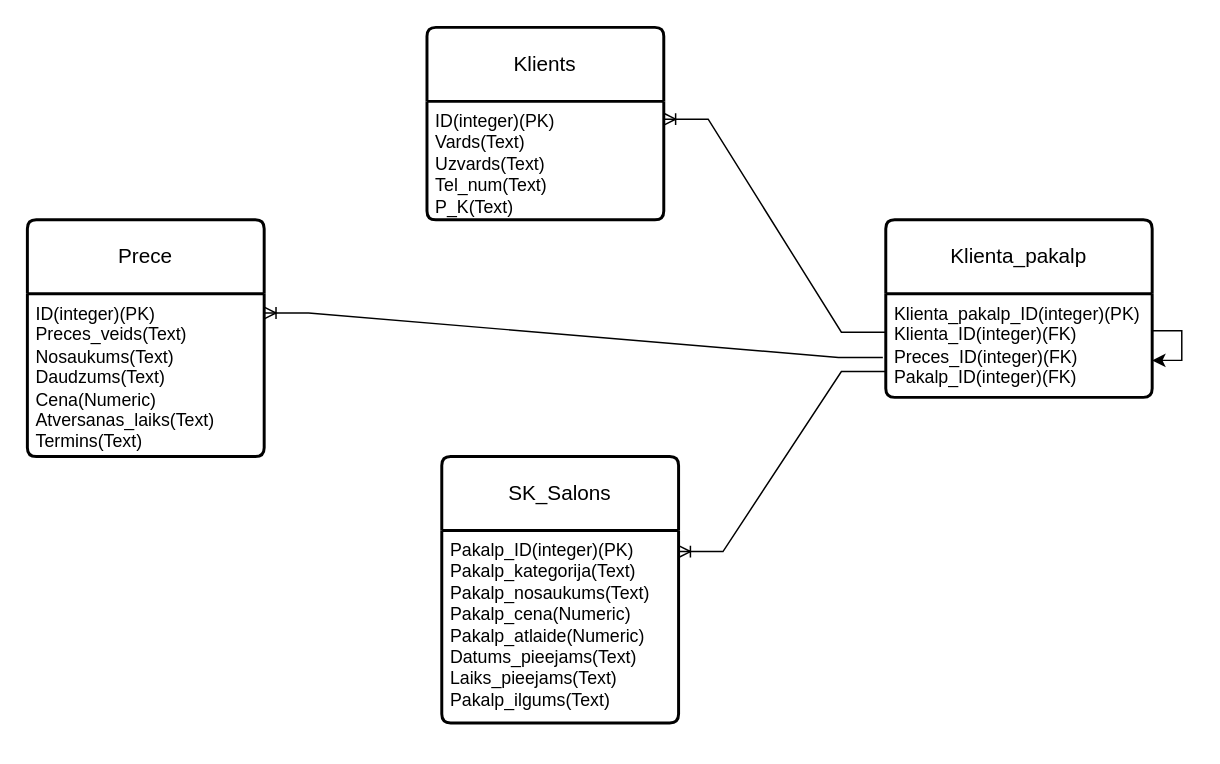
EdzusB/Skaistumkopsana keeps this draw.io diagram as Skaitumkopsana_ER_modelis.drawio. Above is the earlier version. Source tidied: cells renumbered, new cells numbered last; positions are measured from the earlier drawing's top-left corner, leaving out a move shared by most shapes. Both pictures are drawn from the tidied source at 148%, with x=0, y=0 at pixel (27, 27).
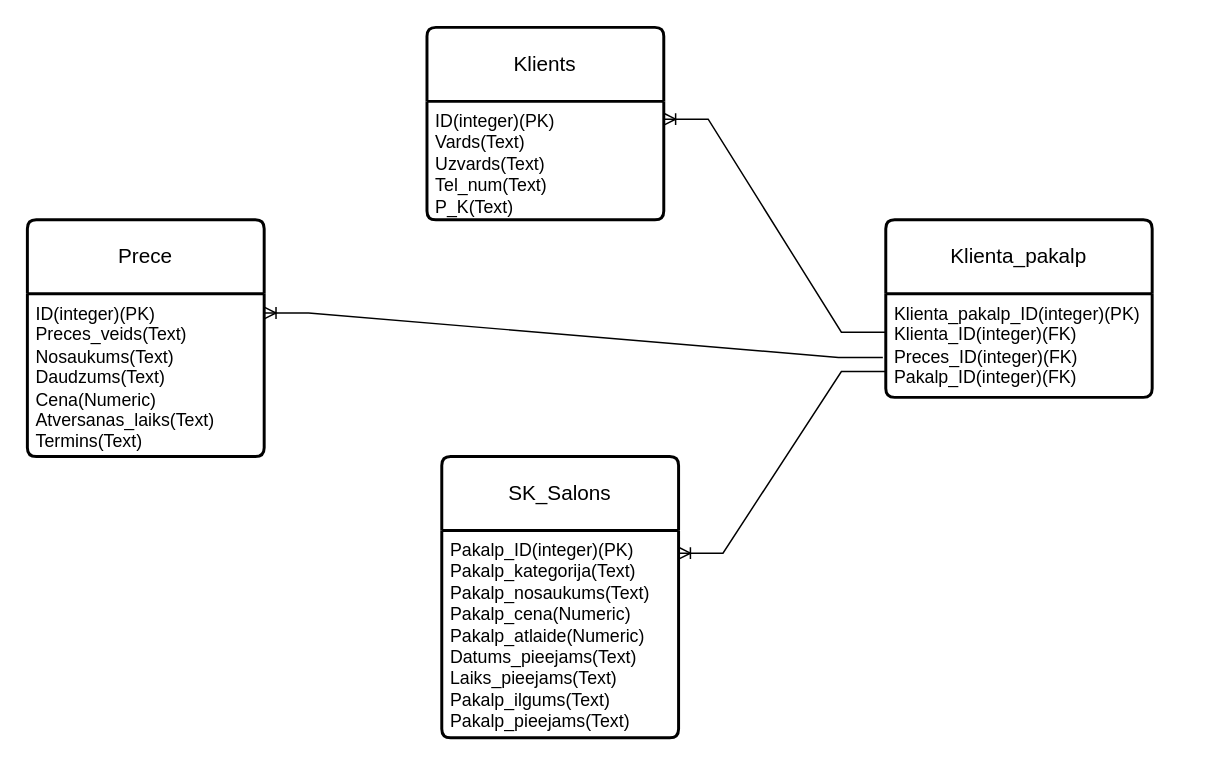
Above is the later version.

The edit, as a diff of the source:
```diff
@@
 <mxGraphModel>
   <root>
     <mxCell id="0" />
     <mxCell id="1" parent="0" />
     <mxCell id="2" value="Klients" style="swimlane;horizontal=1;startSize=50;rounded=1;fontSize=14;fontStyle=0;strokeWidth=2;shadow=0;dashed=0;align=center;arcSize=4;whiteSpace=wrap;html=1;" parent="1" vertex="1">
       <mxGeometry x="270" width="160" height="130" as="geometry" />
     </mxCell>
     <mxCell id="3" value="ID(integer)(PK)&lt;br&gt;Vards(Text)&lt;br style=&quot;border-color: var(--border-color);&quot;&gt;Uzvards(Text)&lt;br style=&quot;border-color: var(--border-color);&quot;&gt;Tel_num(Text)&lt;br style=&quot;border-color: var(--border-color);&quot;&gt;P_K(Text)" style="align=left;strokeColor=none;fillColor=none;spacingLeft=4;fontSize=12;verticalAlign=top;html=1;" parent="2" vertex="1">
       <mxGeometry y="50" width="160" height="80" as="geometry" />
     </mxCell>
     <mxCell id="4" value="Prece" style="swimlane;horizontal=1;startSize=50;rounded=1;fontSize=14;fontStyle=0;strokeWidth=2;shadow=0;dashed=0;align=center;arcSize=4;whiteSpace=wrap;html=1;" parent="1" vertex="1">
       <mxGeometry y="130" width="160" height="160" as="geometry" />
     </mxCell>
     <mxCell id="5" value="ID(integer)(PK)&lt;br&gt;Preces_veids(Text)&lt;br style=&quot;border-color: var(--border-color);&quot;&gt;Nosaukums(Text)&lt;br style=&quot;border-color: var(--border-color);&quot;&gt;Daudzums(Text)&lt;br style=&quot;border-color: var(--border-color);&quot;&gt;Cena(Numeric)&lt;br&gt;Atversanas_laiks(Text)&lt;br style=&quot;border-color: var(--border-color);&quot;&gt;Termins(Text)&lt;br style=&quot;border-color: var(--border-color);&quot;&gt;" style="align=left;strokeColor=none;fillColor=none;spacingLeft=4;fontSize=12;verticalAlign=top;html=1;" parent="4" vertex="1">
       <mxGeometry y="50" width="160" height="110" as="geometry" />
     </mxCell>
     <mxCell id="6" value="SK_Salons" style="swimlane;horizontal=1;startSize=50;rounded=1;fontSize=14;fontStyle=0;strokeWidth=2;shadow=0;dashed=0;align=center;arcSize=4;whiteSpace=wrap;html=1;" parent="1" vertex="1">
-      <mxGeometry x="280" y="290" width="160" height="180" as="geometry" />
+      <mxGeometry x="280" y="290" width="160" height="190" as="geometry" />
     </mxCell>
-    <mxCell id="7" value="Pakalp_ID(integer)(PK)&lt;br&gt;Pakalp_kategorija(Text)&lt;br&gt;Pakalp_nosaukums(Text)&lt;br&gt;Pakalp_cena(Numeric)&lt;br&gt;Pakalp_atlaide(Numeric)&lt;br&gt;Datums_pieejams(Text)&lt;br&gt;Laiks_pieejams(Text)&lt;br&gt;Pakalp_ilgums(Text)" style="align=left;strokeColor=none;fillColor=none;spacingLeft=4;fontSize=12;verticalAlign=top;html=1;" parent="6" vertex="1">
-      <mxGeometry y="50" width="160" height="130" as="geometry" />
+    <mxCell id="7" value="Pakalp_ID(integer)(PK)&lt;br&gt;Pakalp_kategorija(Text)&lt;br&gt;Pakalp_nosaukums(Text)&lt;br&gt;Pakalp_cena(Numeric)&lt;br&gt;Pakalp_atlaide(Numeric)&lt;br&gt;Datums_pieejams(Text)&lt;br&gt;Laiks_pieejams(Text)&lt;br&gt;Pakalp_ilgums(Text)&lt;br&gt;Pakalp_pieejams(Text)" style="align=left;strokeColor=none;fillColor=none;spacingLeft=4;fontSize=12;verticalAlign=top;html=1;" parent="6" vertex="1">
+      <mxGeometry y="50" width="160" height="140" as="geometry" />
     </mxCell>
     <mxCell id="8" value="Klienta_pakalp" style="swimlane;horizontal=1;startSize=50;rounded=1;fontSize=14;fontStyle=0;strokeWidth=2;shadow=0;dashed=0;align=center;arcSize=4;whiteSpace=wrap;html=1;" parent="1" vertex="1">
       <mxGeometry x="580" y="130" width="180" height="120" as="geometry" />
     </mxCell>
     <mxCell id="9" value="Klienta_pakalp_ID(integer)(PK)&lt;br&gt;Klienta_ID(integer)(FK)&lt;br&gt;Preces_ID(integer)(FK)&lt;br&gt;Pakalp_ID(integer)(FK)" style="align=left;strokeColor=none;fillColor=none;spacingLeft=4;fontSize=12;verticalAlign=top;html=1;" parent="8" vertex="1">
       <mxGeometry y="50" width="180" height="70" as="geometry" />
     </mxCell>
-    <mxCell id="10" style="edgeStyle=orthogonalEdgeStyle;rounded=0;orthogonalLoop=1;jettySize=auto;html=1;" parent="8" edge="1" source="9" target="9">
-      <mxGeometry relative="1" as="geometry" />
-    </mxCell>
     <mxCell id="11" style="edgeStyle=entityRelationEdgeStyle;fontSize=12;html=1;endArrow=ERoneToMany;rounded=0;exitX=0;exitY=0.371;exitDx=0;exitDy=0;exitPerimeter=0;entryX=1;entryY=0.15;entryDx=0;entryDy=0;entryPerimeter=0;" parent="1" edge="1" source="9" target="3">
       <mxGeometry relative="1" as="geometry">
         <Array as="points">
           <mxPoint x="490" y="100" />
           <mxPoint x="500" y="100" />
           <mxPoint x="520" y="100" />
           <mxPoint x="540" y="59" />
         </Array>
       </mxGeometry>
     </mxCell>
     <mxCell id="12" style="edgeStyle=entityRelationEdgeStyle;fontSize=12;html=1;endArrow=ERoneToMany;rounded=0;exitX=-0.011;exitY=0.614;exitDx=0;exitDy=0;entryX=1;entryY=0.118;entryDx=0;entryDy=0;entryPerimeter=0;exitPerimeter=0;" parent="1" edge="1" source="9" target="5">
       <mxGeometry relative="1" as="geometry" />
     </mxCell>
     <mxCell id="13" style="edgeStyle=entityRelationEdgeStyle;fontSize=12;html=1;endArrow=ERoneToMany;rounded=0;exitX=0;exitY=0.75;exitDx=0;exitDy=0;entryX=1;entryY=0.109;entryDx=0;entryDy=0;entryPerimeter=0;" parent="1" edge="1" source="9" target="7">
       <mxGeometry relative="1" as="geometry" />
     </mxCell>
   </root>
 </mxGraphModel>
```
